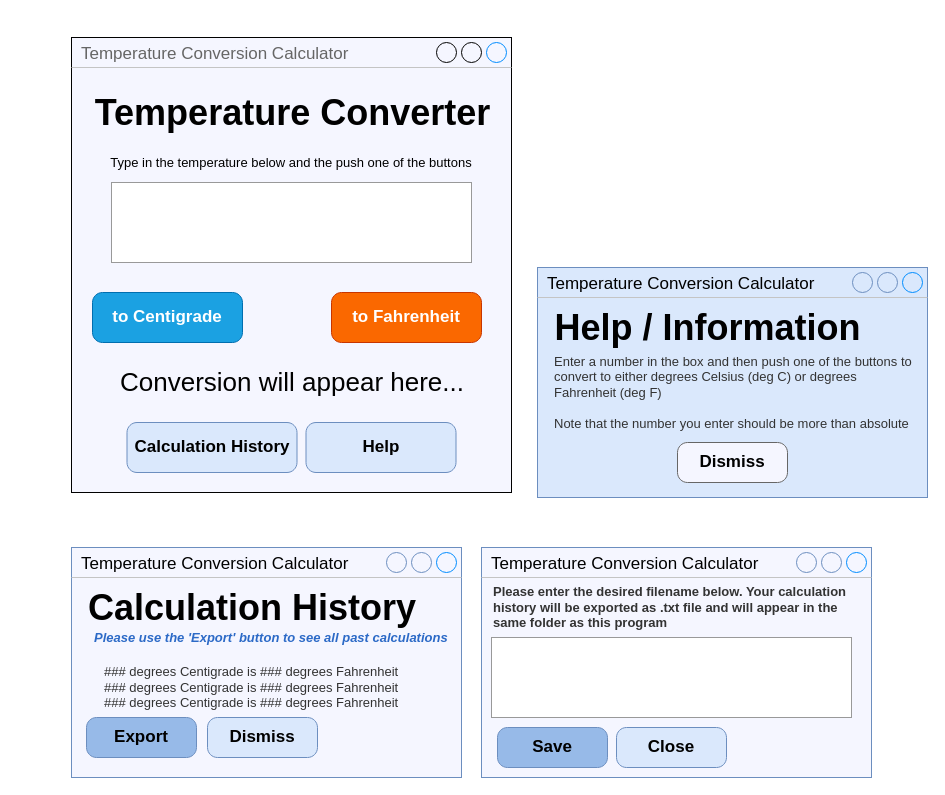
Above: Temperature Converter Task/GUI plan.drawio in ummmh/Exercises (draw.io), before the change. Source tidied: cells renumbered, new cells numbered last; positions are measured from the earlier drawing's top-left corner, leaving out a move shared by most shapes. Both pictures are drawn from the tidied source at 100%, with x=0, y=0 at pixel (17, 37).
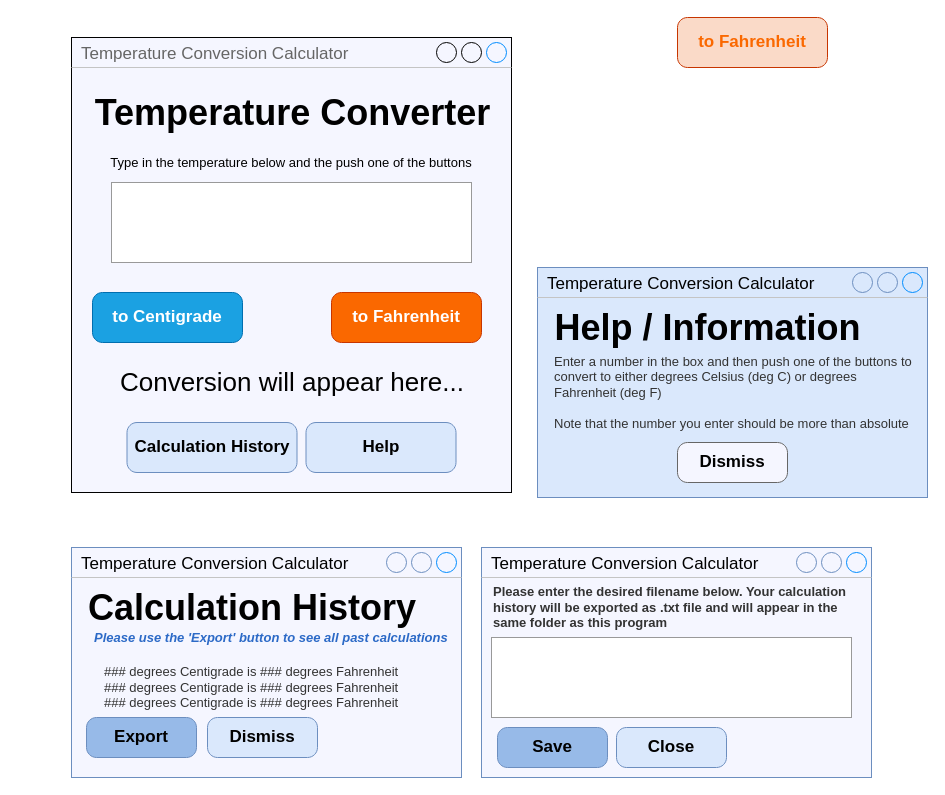
After the change.

What changed in the source:
```diff
@@
+    <mxCell id="26" value="to Fahrenheit" style="strokeWidth=1;shadow=0;dashed=0;align=center;html=1;shape=mxgraph.mockup.buttons.button;strokeColor=#C73500;mainText=;buttonStyle=round;fontSize=17;fontStyle=1;whiteSpace=wrap;fontColor=#FA6800;fillColor=#FADAC8;" parent="1" vertex="1">
+      <mxGeometry x="660" y="-20" width="150" height="50" as="geometry" />
+    </mxCell>
```
